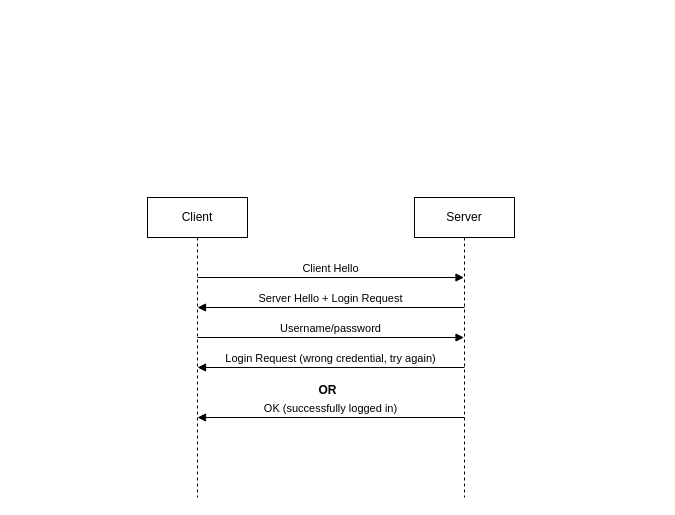
Before: page "Page-3" (3 of 3) of Use_Case_Diagram/Use_Case_Diagram.drawio in Derion12/CS401_Communication_Project_Sp24, a draw.io diagram. Source tidied: cells renumbered, new cells numbered last; positions are measured from the earlier drawing's top-left corner, leaving out a move shared by most shapes. Both pictures are drawn from the tidied source at 100%, with x=0, y=0 at pixel (147, 197).
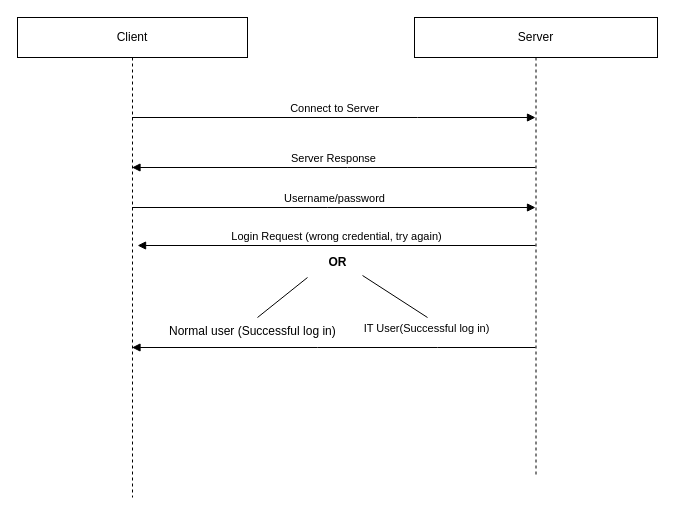
Above is the later version.

The edit, as a diff of the source:
```diff
@@
     <mxCell id="2" value="Client" style="shape=umlLifeline;perimeter=lifelinePerimeter;whiteSpace=wrap;html=1;outlineConnect=0;portConstraint=eastwest;newEdgeStyle={&quot;curved&quot;:0,&quot;rounded&quot;:0};" parent="1" vertex="1">
-      <mxGeometry width="100" height="300" as="geometry" />
+      <mxGeometry x="-130" y="-180" width="230" height="480" as="geometry" />
     </mxCell>
     <mxCell id="3" value="Server" style="shape=umlLifeline;perimeter=lifelinePerimeter;whiteSpace=wrap;html=1;outlineConnect=0;portConstraint=eastwest;newEdgeStyle={&quot;curved&quot;:0,&quot;rounded&quot;:0};" parent="1" vertex="1">
-      <mxGeometry x="267" width="100" height="300" as="geometry" />
+      <mxGeometry x="267" y="-180" width="243" height="460" as="geometry" />
     </mxCell>
-    <mxCell id="4" value="Client Hello" style="html=1;verticalAlign=bottom;endArrow=block;curved=0;rounded=0;" parent="1" edge="1" target="3">
+    <mxCell id="4" value="Connect to Server" style="html=1;verticalAlign=bottom;endArrow=block;curved=0;rounded=0;" parent="1" edge="1" source="2" target="3">
       <mxGeometry relative="1" as="geometry">
-        <mxPoint x="50" y="80" as="sourcePoint" />
+        <Array as="points">
+          <mxPoint x="270" y="-80" />
+        </Array>
       </mxGeometry>
     </mxCell>
-    <mxCell id="5" value="Username/password" style="html=1;verticalAlign=bottom;endArrow=block;curved=0;rounded=0;" parent="1" edge="1" target="3">
+    <mxCell id="5" value="Username/password" style="html=1;verticalAlign=bottom;endArrow=block;curved=0;rounded=0;" parent="1" edge="1" source="2" target="3">
       <mxGeometry relative="1" as="geometry">
-        <mxPoint x="50" y="140" as="sourcePoint" />
+        <Array as="points">
+          <mxPoint x="180" y="10" />
+        </Array>
       </mxGeometry>
     </mxCell>
-    <mxCell id="6" value="Server Hello + Login Request" style="html=1;verticalAlign=bottom;endArrow=block;curved=0;rounded=0;" parent="1" edge="1">
+    <mxCell id="6" value="Server Response" style="html=1;verticalAlign=bottom;endArrow=block;curved=0;rounded=0;" parent="1" edge="1" source="3" target="2">
       <mxGeometry relative="1" as="geometry">
-        <mxPoint x="317" y="110" as="sourcePoint" />
-        <mxPoint x="50" y="110" as="targetPoint" />
+        <Array as="points">
+          <mxPoint x="200" y="-30" />
+        </Array>
       </mxGeometry>
     </mxCell>
-    <mxCell id="7" value="Login Request (wrong credential, try again)" style="html=1;verticalAlign=bottom;endArrow=block;curved=0;rounded=0;" parent="1" edge="1">
-      <mxGeometry relative="1" as="geometry">
-        <mxPoint x="317" y="170" as="sourcePoint" />
-        <mxPoint x="50" y="170" as="targetPoint" />
-      </mxGeometry>
+    <mxCell id="7" value="Login Request (wrong credential, try again)" style="html=1;verticalAlign=bottom;endArrow=block;curved=0;rounded=0;entryX=0.522;entryY=0.475;entryDx=0;entryDy=0;entryPerimeter=0;" parent="1" edge="1" source="3" target="2">
+      <mxGeometry relative="1" as="geometry" />
     </mxCell>
-    <mxCell id="8" value="OK (successfully logged in)" style="html=1;verticalAlign=bottom;endArrow=block;curved=0;rounded=0;" parent="1" edge="1">
-      <mxGeometry relative="1" as="geometry">
-        <mxPoint x="317" y="220" as="sourcePoint" />
-        <mxPoint x="50" y="220" as="targetPoint" />
+    <mxCell id="8" value="IT User(Successful log in)" style="html=1;verticalAlign=bottom;endArrow=block;curved=0;rounded=0;" parent="1" edge="1" source="3" target="2">
+      <mxGeometry x="-0.46" y="-10" relative="1" as="geometry">
+        <Array as="points">
+          <mxPoint x="290" y="150" />
+          <mxPoint x="170" y="150" />
+        </Array>
       </mxGeometry>
     </mxCell>
     <mxCell id="9" value="OR" style="text;align=center;fontStyle=1;verticalAlign=middle;spacingLeft=3;spacingRight=3;strokeColor=none;points=[[0,0.5],[1,0.5]];portConstraint=eastwest;html=1;" parent="1" vertex="1">
-      <mxGeometry x="140" y="180" width="80" height="26" as="geometry" />
+      <mxGeometry x="150" y="52" width="80" height="26" as="geometry" />
     </mxCell>
+    <mxCell id="10" value="Normal user (Successful log in)" style="text;whiteSpace=wrap;html=1;" parent="1" vertex="1">
+      <mxGeometry x="20" y="120" width="180" height="40" as="geometry" />
+    </mxCell>
+    <mxCell id="11" style="endArrow=none;html=1;rounded=0;exitX=0.5;exitY=0;exitDx=0;exitDy=0;" parent="1" edge="1" source="10">
+      <mxGeometry relative="1" as="geometry">
+        <mxPoint x="160" y="80" as="targetPoint" />
+        <Array as="points">
+          <mxPoint x="110" y="120" />
+        </Array>
+      </mxGeometry>
+    </mxCell>
+    <mxCell id="12" style="endArrow=none;html=1;rounded=0;entryX=0.813;entryY=1;entryDx=0;entryDy=0;entryPerimeter=0;" parent="1" edge="1" target="9">
+      <mxGeometry relative="1" as="geometry">
+        <mxPoint x="280" y="120" as="sourcePoint" />
+      </mxGeometry>
+    </mxCell>
```
